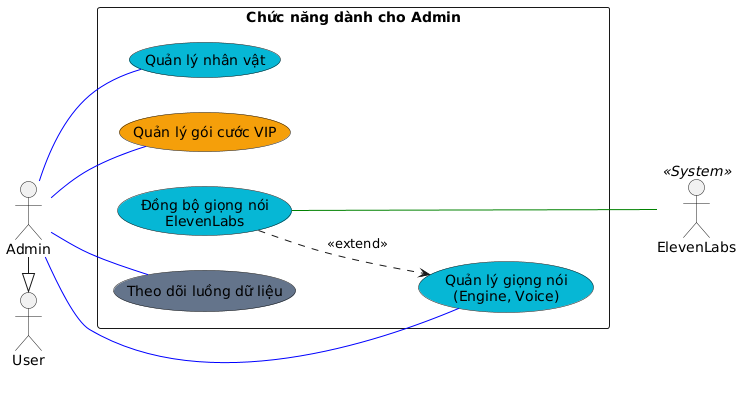
20206205Tech/docs-uml keeps this PlantUML diagram as temp/01-UseCase/UML-UseCase-Admin.png. Above is the earlier version.
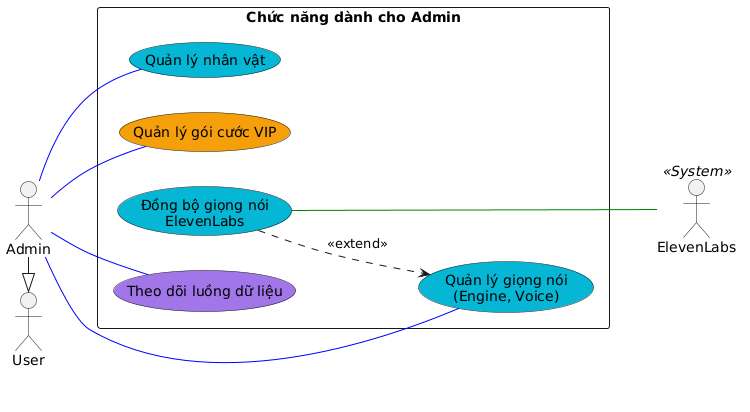
After the change.

What changed in the source:
```diff
@@ -14,7 +14,7 @@
   usecase "Quản lý giọng nói\n(Engine, Voice)" as UC_ManageVoice #06b6d4
   usecase "Đồng bộ giọng nói\nElevenLabs" as UC_SyncElevenLabs #06b6d4
   usecase "Quản lý gói cước VIP" as UC_ManagePlans #f59e0b
-  usecase "Theo dõi luồng dữ liệu" as UC_PipelineReport #64748b
+  usecase "Theo dõi luồng dữ liệu" as UC_PipelineReport #a076e9
 
   UC_SyncElevenLabs ..> UC_ManageVoice : <<extend>>
 }
```
